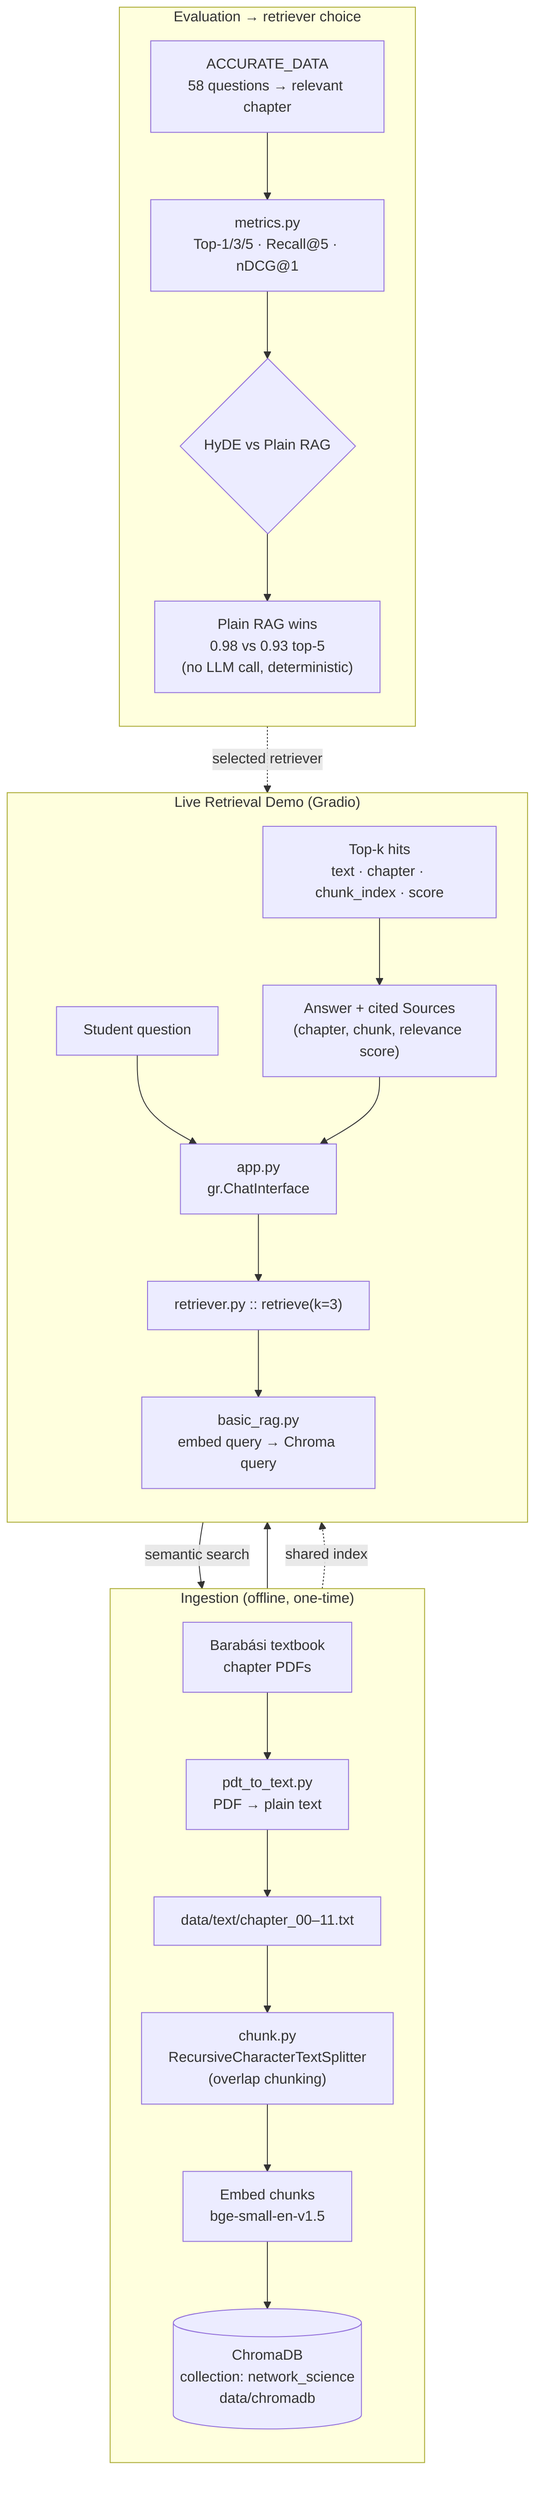
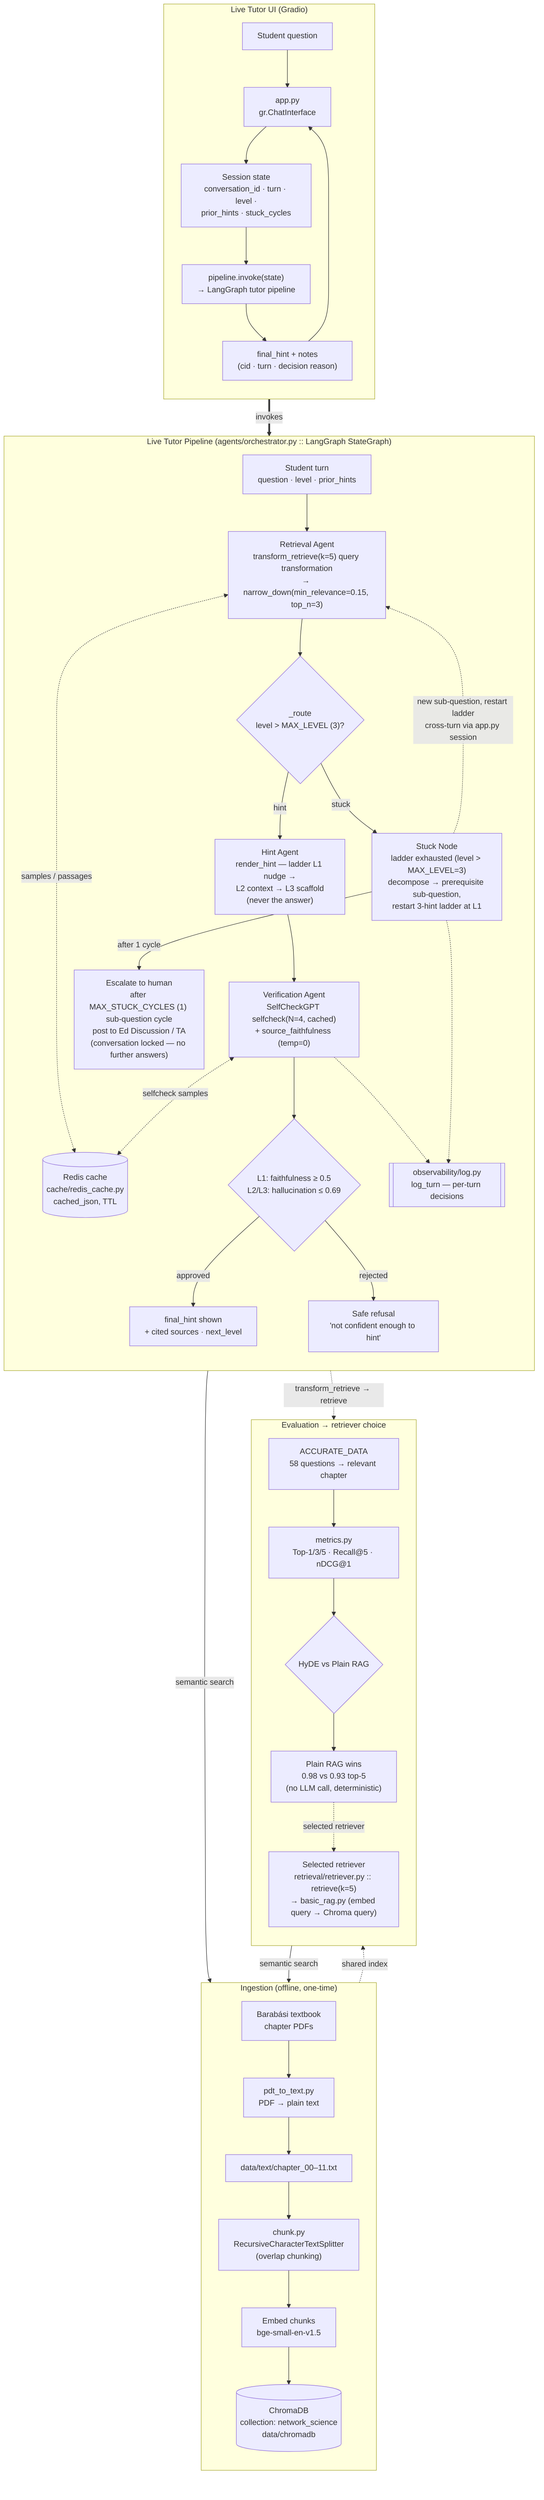
flowchart TB
    subgraph INGEST["Ingestion (offline, one-time)"]
        direction TB
        PDF["Barabási textbook<br/>chapter PDFs"]
        P2T["pdt_to_text.py<br/>PDF → plain text"]
        TXT["data/text/chapter_00–11.txt"]
        CHUNK["chunk.py<br/>RecursiveCharacterTextSplitter<br/>(overlap chunking)"]
        EMB1["Embed chunks<br/>bge-small-en-v1.5"]
        DB[("ChromaDB<br/>collection: network_science<br/>data/chromadb")]
        PDF --> P2T --> TXT --> CHUNK --> EMB1 --> DB
    end

-     subgraph LIVE["Live Retrieval Demo (Gradio)"]
+     subgraph LIVE["Live Tutor UI (Gradio)"]
        direction TB
        Q["Student question"]
        UI["app.py<br/>gr.ChatInterface"]
-         RET["retriever.py :: retrieve(k=3)"]
-         BASIC["basic_rag.py<br/>embed query → Chroma query"]
-         HITS["Top-k hits<br/>text · chapter · chunk_index · score"]
-         ANS["Answer + cited Sources<br/>(chapter, chunk, relevance score)"]
-         Q --> UI --> RET --> BASIC
-         BASIC -->|semantic search| DB
-         DB --> HITS --> ANS --> UI
+         SESS["Session state<br/>conversation_id · turn · level ·<br/>prior_hints · stuck_cycles"]
+         INVOKE["pipeline.invoke(state)<br/>→ LangGraph tutor pipeline"]
+         OUT["final_hint + notes<br/>(cid · turn · decision reason)"]
+         Q --> UI --> SESS --> INVOKE
+         INVOKE --> OUT --> UI
    end

    subgraph EVAL["Evaluation → retriever choice"]
        direction TB
        GOLD["ACCURATE_DATA<br/>58 questions → relevant chapter"]
        HARNESS["metrics.py<br/>Top-1/3/5 · Recall@5 · nDCG@1"]
        CMP{"HyDE vs Plain RAG"}
        WIN["Plain RAG wins<br/>0.98 vs 0.93 top-5<br/>(no LLM call, deterministic)"]
        GOLD --> HARNESS --> CMP --> WIN
        WIN -.selected retriever.-> BASIC
    end

-     DB -.shared index .-> BASIC
- ```+     subgraph TUTOR["Live Tutor Pipeline (agents/orchestrator.py :: LangGraph StateGraph)"]
+         direction TB
+         STU["Student turn<br/>question · level · prior_hints"]
+         RETA["Retrieval Agent<br/>transform_retrieve(k=5) query transformation<br/>→ narrow_down(min_relevance=0.15, top_n=3)"]
+         RED[("Redis cache<br/>cache/redis_cache.py<br/>cached_json, TTL")]
+         ROUTE{"_route<br/>level > MAX_LEVEL (3)?"}
+         HINTA["Hint Agent<br/>render_hint — ladder L1 nudge →<br/>L2 context → L3 scaffold<br/>(never the answer)"]
+         VERA["Verification Agent<br/>SelfCheckGPT selfcheck(N=4, cached)<br/>+ source_faithfulness (temp=0)"]
+         GATE{"L1: faithfulness ≥ 0.5<br/>L2/L3: hallucination ≤ 0.69"}
+         OK["final_hint shown<br/>+ cited sources · next_level"]
+         SAFE["Safe refusal<br/>'not confident enough to hint'"]
+         STUCK["Stuck Node<br/>ladder exhausted (level > MAX_LEVEL=3)<br/>decompose → prerequisite sub-question,<br/>restart 3-hint ladder at L1"]
+         HUMAN["Escalate to human<br/>after MAX_STUCK_CYCLES (1) sub-question cycle<br/>post to Ed Discussion / TA<br/>(conversation locked — no further answers)"]
+         LOG[["observability/log.py<br/>log_turn — per-turn decisions"]]
+ 
+         STU --> RETA
+         RETA -->|semantic search| DB
+         RETA <-.samples / passages.-> RED
+         RETA --> ROUTE
+         ROUTE -->|hint| HINTA --> VERA --> GATE
+         ROUTE -->|stuck| STUCK
+         VERA <-.selfcheck samples.-> RED
+         GATE -->|approved| OK
+         GATE -->|rejected| SAFE
+         STUCK -.->|new sub-question, restart ladder<br/>cross-turn via app.py session| RETA
+         STUCK -->|after 1 cycle| HUMAN
+         VERA -.-> LOG
+         STUCK -.-> LOG
+     end
+ 
+     BASIC["Selected retriever<br/>retrieval/retriever.py :: retrieve(k=5)<br/>→ basic_rag.py (embed query → Chroma query)"]
+ 
+     INVOKE ==>|invokes| STU
+     RETA -.transform_retrieve → retrieve.-> BASIC
+     BASIC -->|semantic search| DB
+     DB -.shared index .-> BASIC